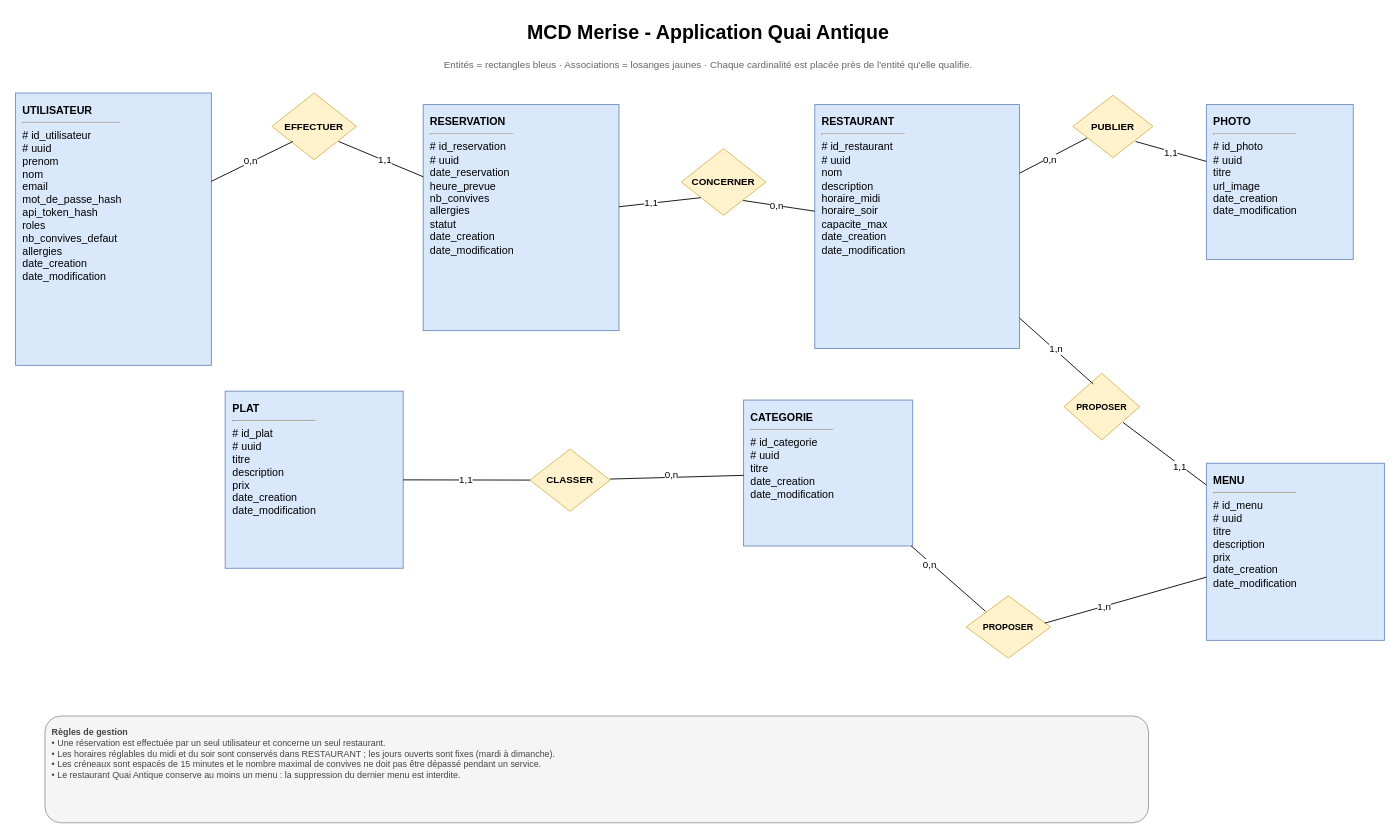
elscribe/quai-antique keeps this draw.io diagram as page "01 - MCD Merise" (3 of 5) of docs/database/modelisation-quai-antique.drawio. Above is the earlier version. Source tidied: cells renumbered, new cells numbered last; positions are measured from the earlier drawing's top-left corner, leaving out a move shared by most shapes. Both pictures are drawn from the tidied source at 89%, with x=0, y=0 at pixel (15, 15).
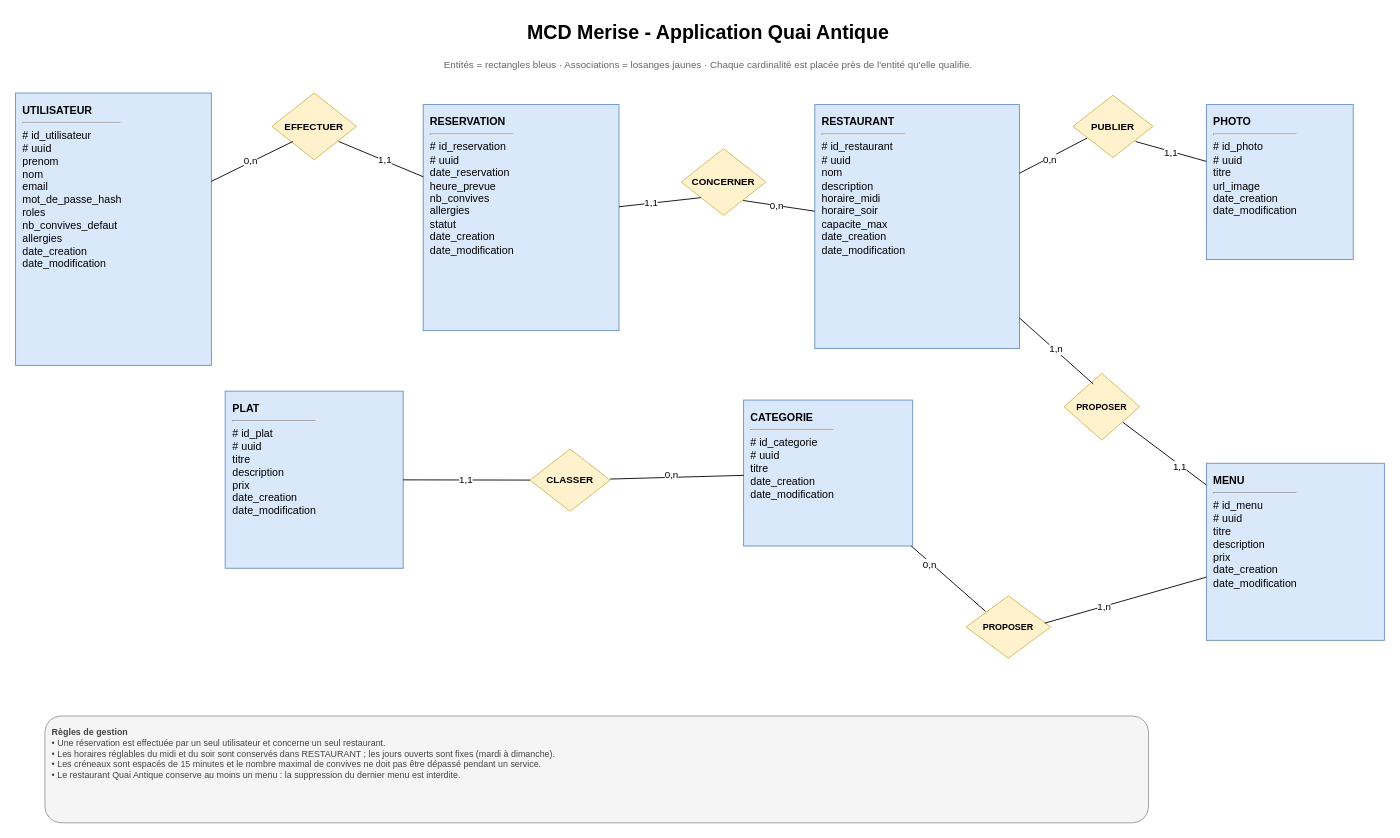
The same page after the edit.

Change to the diagram source:
```diff
@@
-    <mxCell id="4" value="&lt;b&gt;UTILISATEUR&lt;/b&gt;&lt;hr/&gt;# id_utilisateur&lt;br/&gt;# uuid&lt;br/&gt;prenom&lt;br/&gt;nom&lt;br/&gt;email&lt;br/&gt;mot_de_passe_hash&lt;br/&gt;api_token_hash&lt;br/&gt;roles&lt;br/&gt;nb_convives_defaut&lt;br/&gt;allergies&lt;br/&gt;date_creation&lt;br/&gt;date_modification" style="rounded=0;whiteSpace=wrap;html=1;fillColor=#dae8fc;strokeColor=#6c8ebf;align=left;verticalAlign=top;spacing=8;fontSize=12;" parent="1" vertex="1">
+    <mxCell id="4" value="&lt;b&gt;UTILISATEUR&lt;/b&gt;&lt;hr/&gt;# id_utilisateur&lt;br/&gt;# uuid&lt;br/&gt;prenom&lt;br/&gt;nom&lt;br/&gt;email&lt;br/&gt;mot_de_passe_hash&lt;br/&gt;roles&lt;br/&gt;nb_convives_defaut&lt;br/&gt;allergies&lt;br/&gt;date_creation&lt;br/&gt;date_modification" style="rounded=0;whiteSpace=wrap;html=1;fillColor=#dae8fc;strokeColor=#6c8ebf;align=left;verticalAlign=top;spacing=8;fontSize=12;" parent="1" vertex="1">
       <mxGeometry y="87" width="220" height="306" as="geometry" />
     </mxCell>
```
